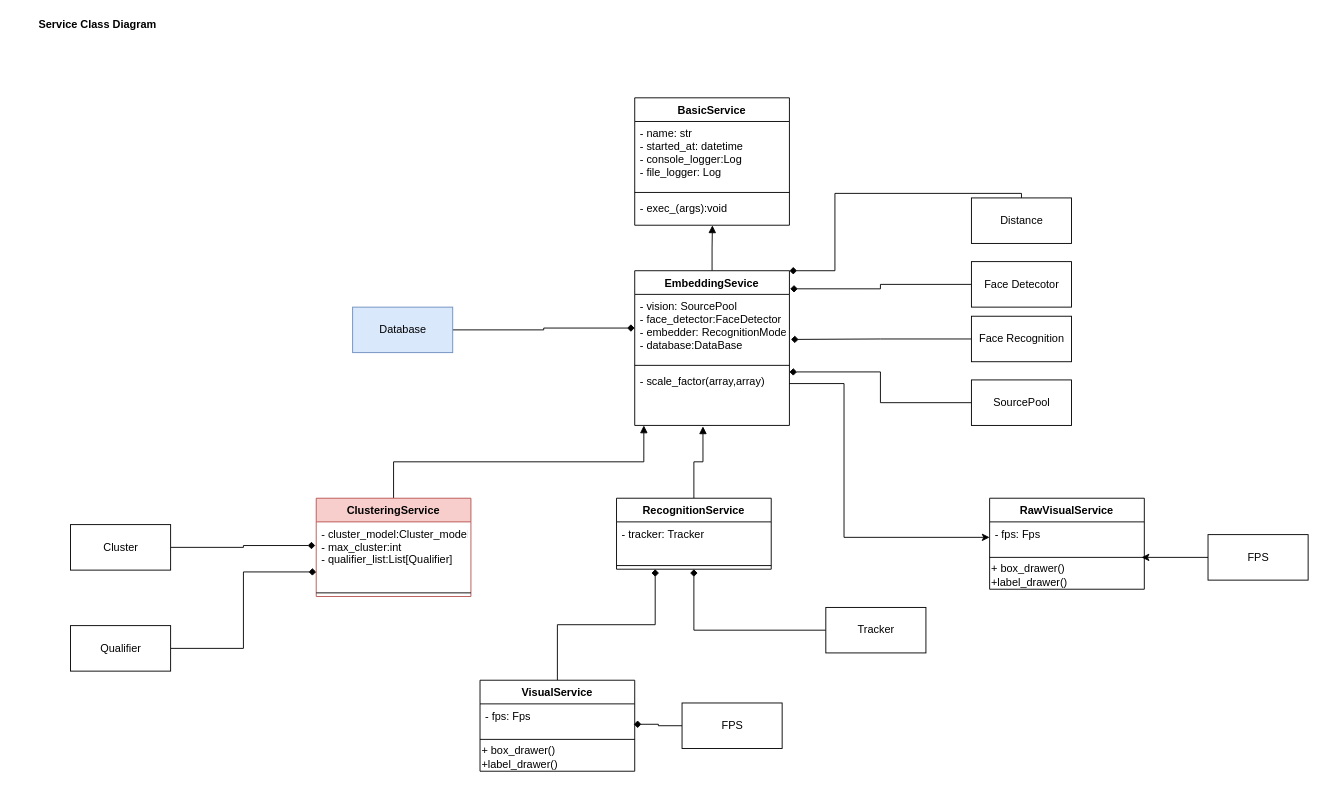
The draw.io diagram page "Class Diagram Service" (3 of 4) of doc/diagram/face recognition.drawio in armin-azh/siamese, before the edit. Source tidied: cells renumbered, new cells numbered last; positions are measured from the earlier drawing's top-left corner, leaving out a move shared by most shapes. Both pictures are drawn from the tidied source at 91%, with x=0, y=0 at pixel (15, 15).
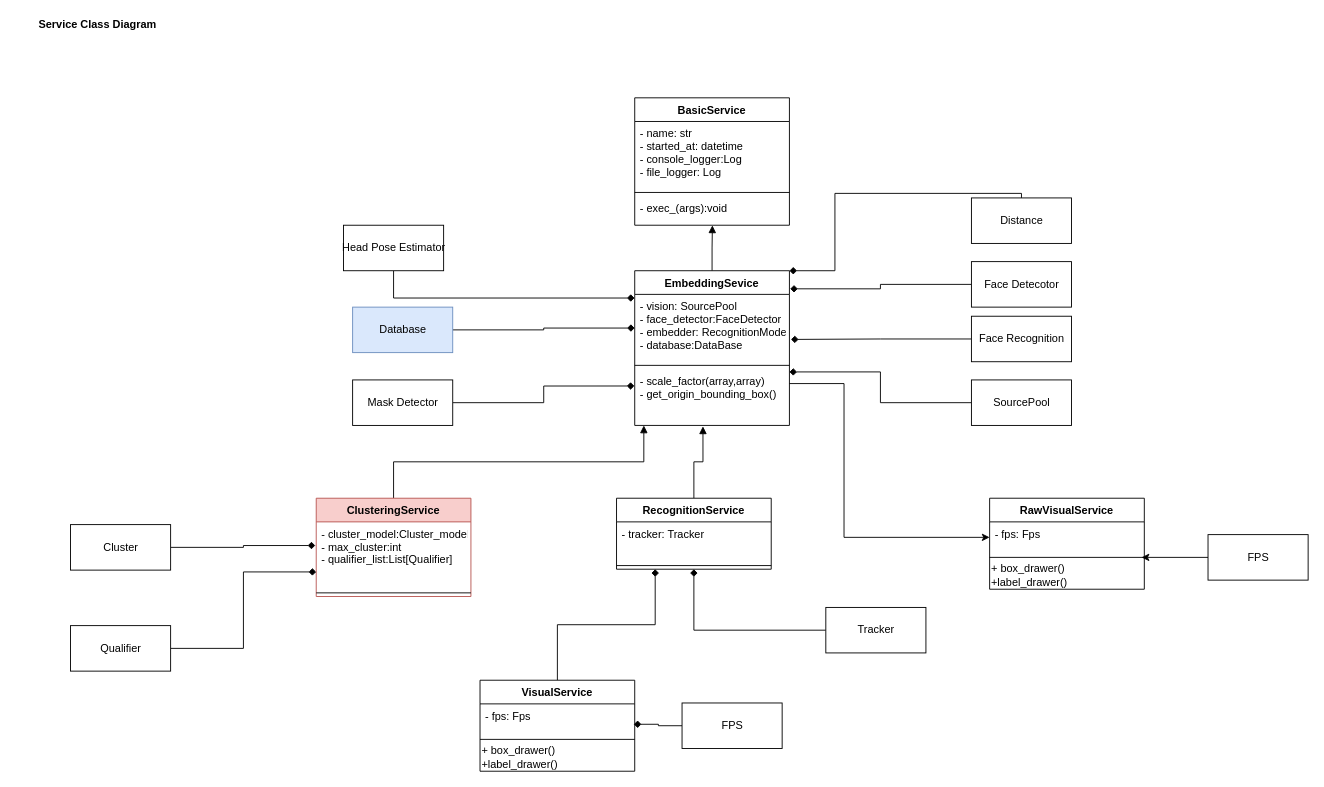
After the change.

Commit message (it also covers changes not shown here):
add pose estimator to the loop

Unchanged cells that the change refers to:
```xml
<mxCell id="15" value="EmbeddingSevice" style="swimlane;fontStyle=1;align=center;verticalAlign=top;horizontal=1;startSize=26;" parent="1" vertex="1">
  <mxGeometry x="680" y="280" width="170" height="170" as="geometry" />
</mxCell>
<mxCell id="16" value="- vision: SourcePool&#10;- face_detector:FaceDetector&#10;- embedder: RecognitionModel&#10;- database:DataBase" style="text;align=left;verticalAlign=top;spacingLeft=4;spacingRight=4;overflow=hidden;points=[[0,0.5],[1,0.5]];portConstraint=eastwest;" parent="15" vertex="1">
  <mxGeometry y="26" width="170" height="74" as="geometry" />
</mxCell>
```

What changed in the source:
```diff
@@
-    <mxCell id="18" value="- scale_factor(array,array)" style="text;align=left;verticalAlign=top;spacingLeft=4;spacingRight=4;overflow=hidden;points=[[0,0.5],[1,0.5]];portConstraint=eastwest;" parent="15" vertex="1">
+    <mxCell id="18" value="- scale_factor(array,array)&#10;- get_origin_bounding_box()" style="text;align=left;verticalAlign=top;spacingLeft=4;spacingRight=4;overflow=hidden;points=[[0,0.5],[1,0.5]];portConstraint=eastwest;" parent="15" vertex="1">
       <mxGeometry y="108" width="170" height="62" as="geometry" />
     </mxCell>
@@
+    <mxCell id="50" style="edgeStyle=orthogonalEdgeStyle;rounded=0;jettySize=auto;html=1;entryX=-0.002;entryY=0.301;entryDx=0;entryDy=0;entryPerimeter=0;endArrow=diamond;endFill=1;" parent="1" edge="1" source="51" target="18">
+      <mxGeometry relative="1" as="geometry" />
+    </mxCell>
+    <mxCell id="51" value="Mask Detector" style="html=1;" parent="1" vertex="1">
+      <mxGeometry x="370" y="400" width="110" height="50" as="geometry" />
+    </mxCell>
+    <mxCell id="52" style="edgeStyle=orthogonalEdgeStyle;rounded=0;jettySize=auto;html=1;entryX=-0.001;entryY=0.054;entryDx=0;entryDy=0;entryPerimeter=0;endArrow=diamond;endFill=1;" parent="1" edge="1" source="53" target="16">
+      <mxGeometry relative="1" as="geometry" />
+    </mxCell>
+    <mxCell id="53" value="Head Pose Estimator" style="html=1;" parent="1" vertex="1">
+      <mxGeometry x="360" y="230" width="110" height="50" as="geometry" />
+    </mxCell>
```
